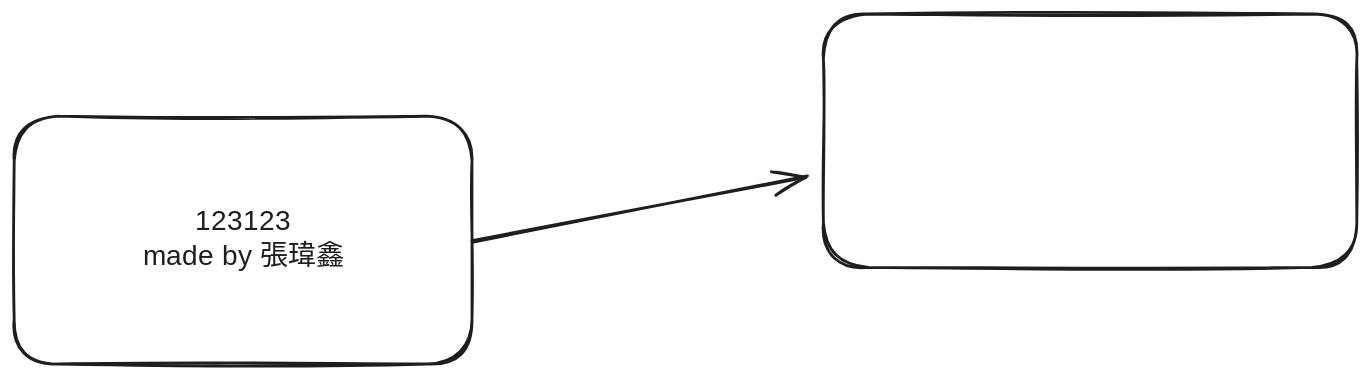
Above: Noteshub_test/test_draw.excalidraw.svg in logosAllen/axi4-interface (Excalidraw), before the change. Source tidied: one line per element, renumbered; positions are measured from the earlier drawing's top-left corner, leaving out a move shared by most shapes.
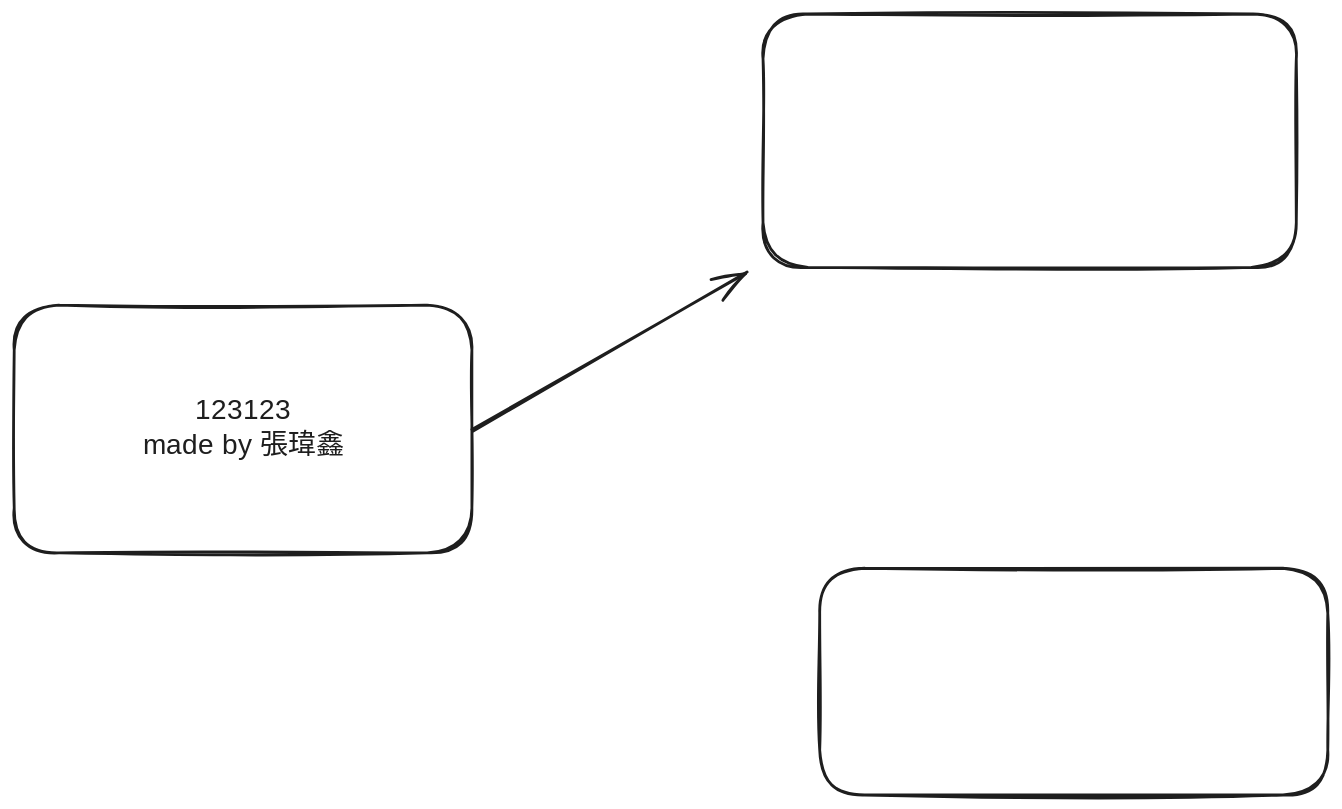
The same diagram one commit later.

The edit, as a diff of the source:
```diff
@@ -1,4 +1,5 @@
 {"id": 0, "type": "rectangle", "strokeColor": "#1e1e1e", "strokeWidth": 2, "roughness": 1, "round": true, "x": 0, "y": 73, "width": 327, "height": 177}
 {"id": 1, "type": "text", "text": "123123\nmade by 張瑋鑫", "strokeColor": "#1e1e1e", "strokeWidth": 2, "roughness": 1, "fontSize": 20, "fontFamily": 5, "textAlign": "center", "verticalAlign": "middle", "inside": 0, "x": 92, "y": 136, "width": 143, "height": 50}
-{"id": 2, "type": "rectangle", "strokeColor": "#1e1e1e", "strokeWidth": 2, "roughness": 1, "round": true, "x": 578, "y": 0, "width": 381, "height": 181}
+{"id": 2, "type": "rectangle", "strokeColor": "#1e1e1e", "strokeWidth": 2, "roughness": 1, "round": true, "x": 535, "y": -135, "width": 381, "height": 181}
-{"id": 3, "type": "arrow", "strokeColor": "#1e1e1e", "strokeWidth": 2, "roughness": 1, "endArrowhead": "arrow", "round": true, "from": 0, "to": 2, "x": 327, "y": 163, "width": 240, "height": 47, "points": [[0, 0], [240, -47]]}
+{"id": 3, "type": "arrow", "strokeColor": "#1e1e1e", "strokeWidth": 2, "roughness": 1, "endArrowhead": "arrow", "round": true, "from": 0, "to": 2, "x": 327, "y": 163, "width": 197, "height": 113, "points": [[0, 0], [197, -113]]}
+{"id": 4, "type": "rectangle", "strokeColor": "#1e1e1e", "strokeWidth": 2, "roughness": 1, "round": true, "x": 576, "y": 261, "width": 363, "height": 162}
```
